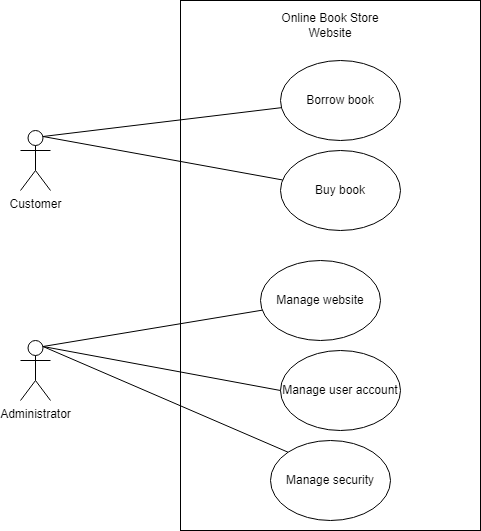
YousefFatafta/Online-Book-Store keeps this draw.io diagram as use case.drawio.png. Above is the earlier version. Source tidied: cells renumbered, new cells last; positions are measured from the earlier drawing's top-left corner, leaving out a move shared by most shapes.
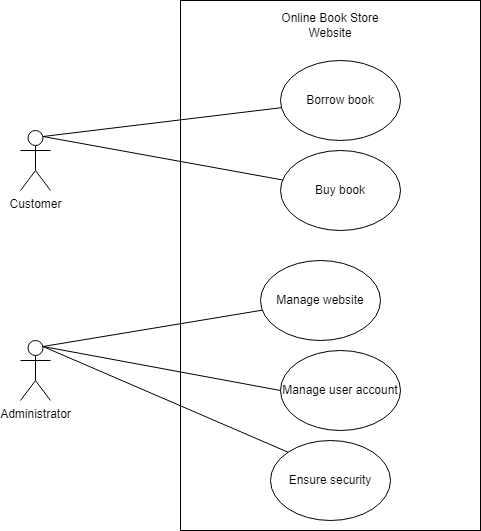
Above is the later version.

Diff of the diagram source:
```diff
@@ -23,7 +23,7 @@
     <mxCell id="8" value="Manage user account" style="ellipse;whiteSpace=wrap;html=1;" parent="1" vertex="1">
       <mxGeometry x="260" y="350" width="120" height="80" as="geometry" />
     </mxCell>
-    <mxCell id="9" value="Manage security" style="ellipse;whiteSpace=wrap;html=1;" parent="1" vertex="1">
+    <mxCell id="9" value="Ensure security" style="ellipse;whiteSpace=wrap;html=1;" parent="1" vertex="1">
       <mxGeometry x="250" y="440" width="120" height="80" as="geometry" />
     </mxCell>
     <mxCell id="10" style="endArrow=none;html=1;rounded=0;exitX=0.75;exitY=0.1;exitDx=0;exitDy=0;exitPerimeter=0;" parent="1" edge="1" source="2" target="5">
```
